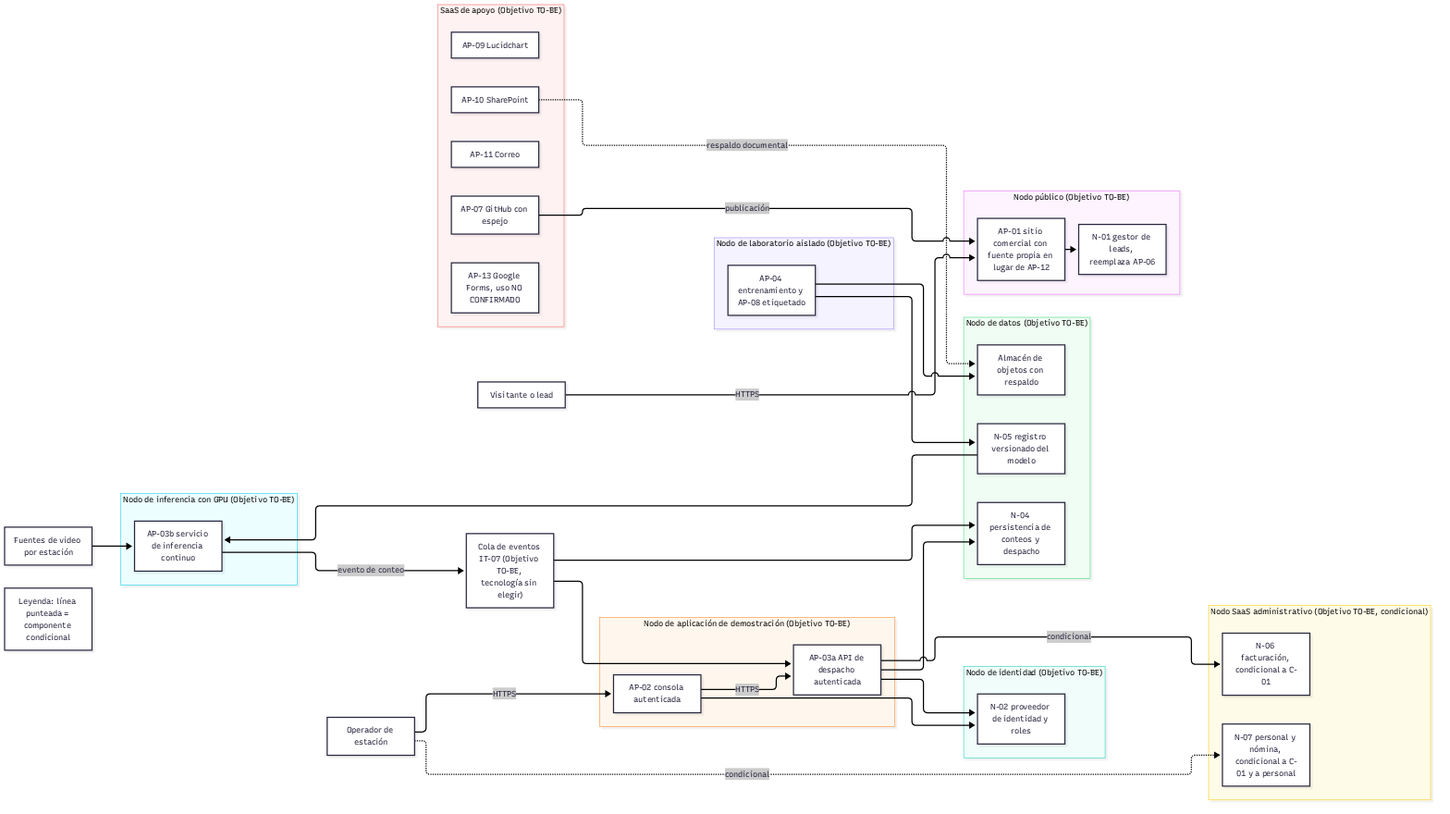
Earlier version of the Mermaid export docs/ae-final-project/ondas/M4-tecnologia/diagramas/E4b-tecnologia-to-be.png (5arSanti/tro-launcher). Its source is kept beside it as docs/ae-final-project/ondas/M4-tecnologia/diagramas/E4b-tecnologia-to-be.mmd.
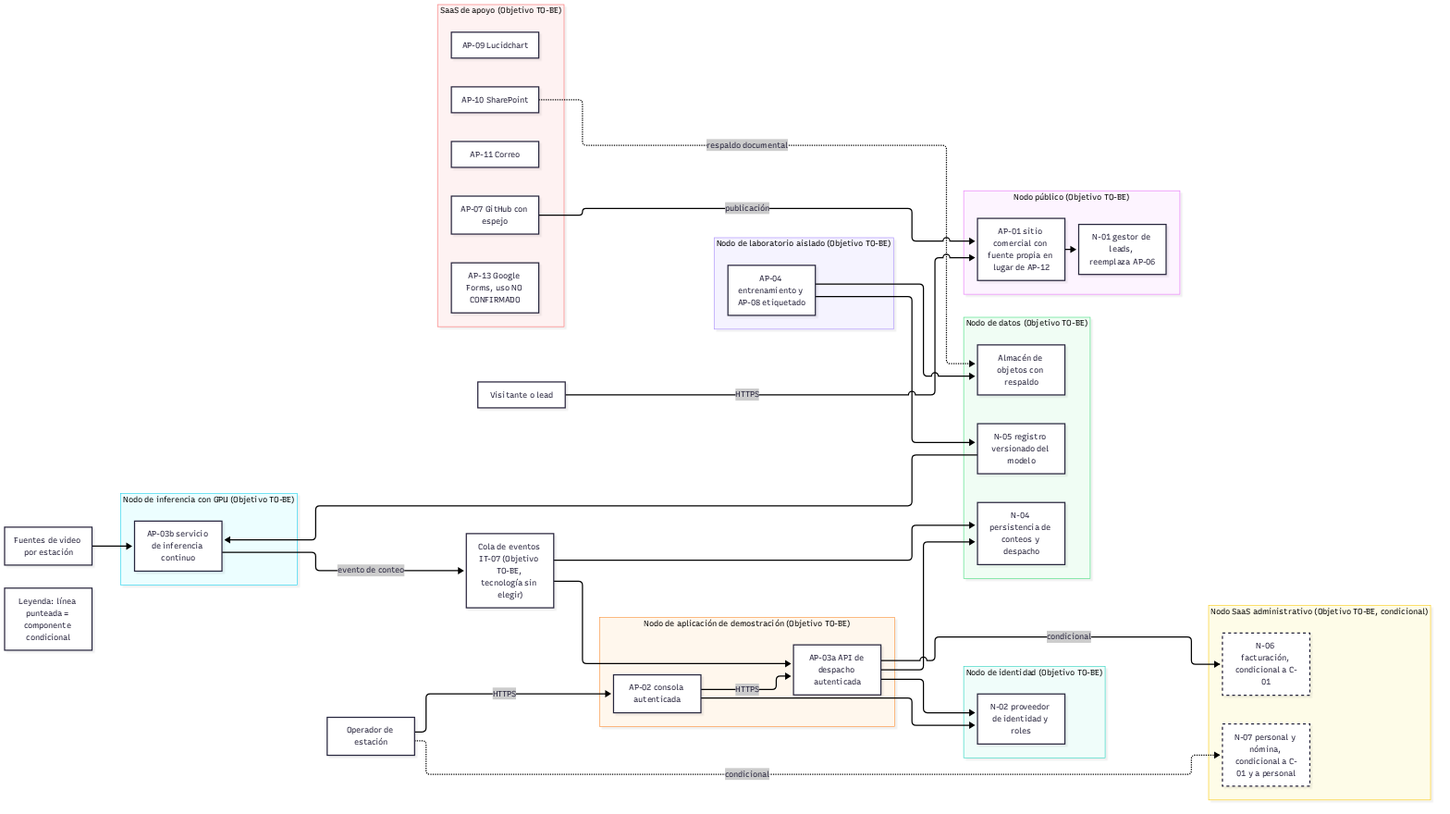
Above is the later version.

Change to the diagram source:
```diff
@@ -54,3 +54,5 @@
   SP -.->|respaldo documental| OBJ
   DES -.->|condicional| FAC
   OPE -.->|condicional| NOM
+  classDef condicional stroke-dasharray: 5 5,stroke-width:2px
+  class FAC,NOM condicional
```
